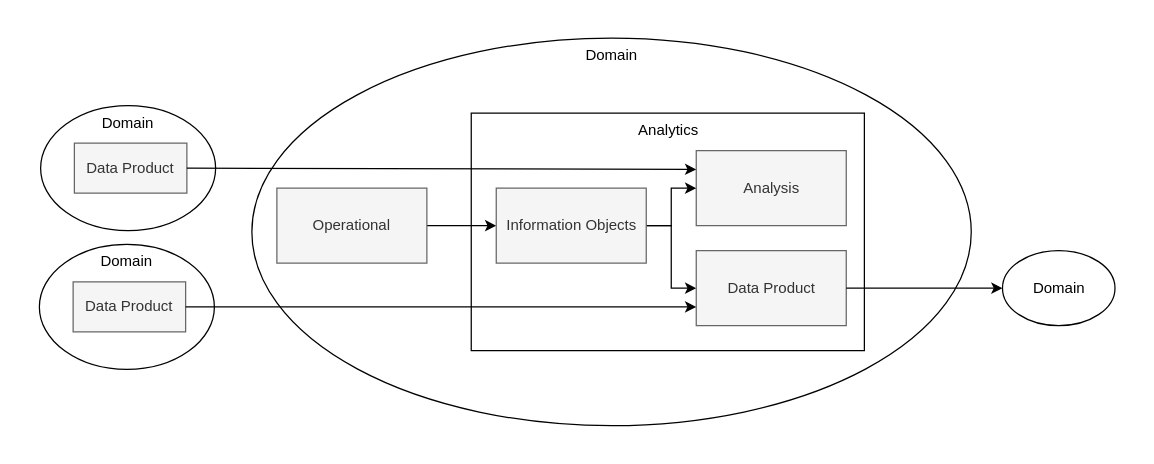
The draw.io diagram diagrams/domainteamjourney_level4.drawio in datamesh-architecture/datamesh-architecture.com, before the edit. Source tidied: cells renumbered, new cells numbered last; positions are measured from the earlier drawing's top-left corner, leaving out a move shared by most shapes. Both pictures are drawn from the tidied source at 125%, with x=0, y=0 at pixel (21, 21).
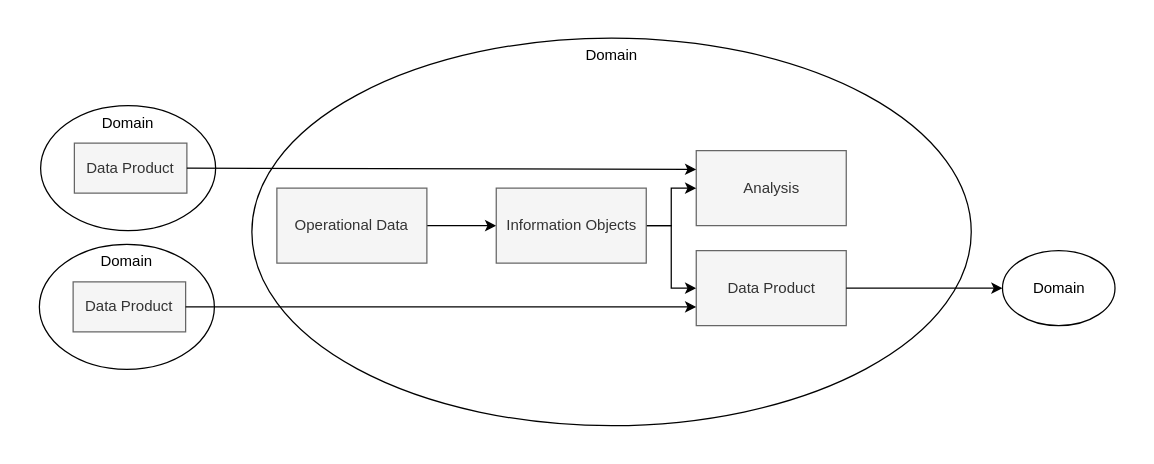
The same diagram, later.

Diff of the diagram source:
```diff
@@
-    <mxCell id="4" value="Analytics" style="rounded=0;whiteSpace=wrap;html=1;verticalAlign=top;" parent="1" vertex="1">
-      <mxGeometry x="359.5" y="73" width="314.5" height="190" as="geometry" />
-    </mxCell>
@@
-    <mxCell id="10" value="Operational" style="rounded=0;whiteSpace=wrap;html=1;fillColor=#f5f5f5;fontColor=#333333;strokeColor=#666666;" parent="1" vertex="1">
+    <mxCell id="10" value="Operational Data" style="rounded=0;whiteSpace=wrap;html=1;fillColor=#f5f5f5;fontColor=#333333;strokeColor=#666666;" parent="1" vertex="1">
       <mxGeometry x="204" y="133" width="120" height="60" as="geometry" />
     </mxCell>
```
